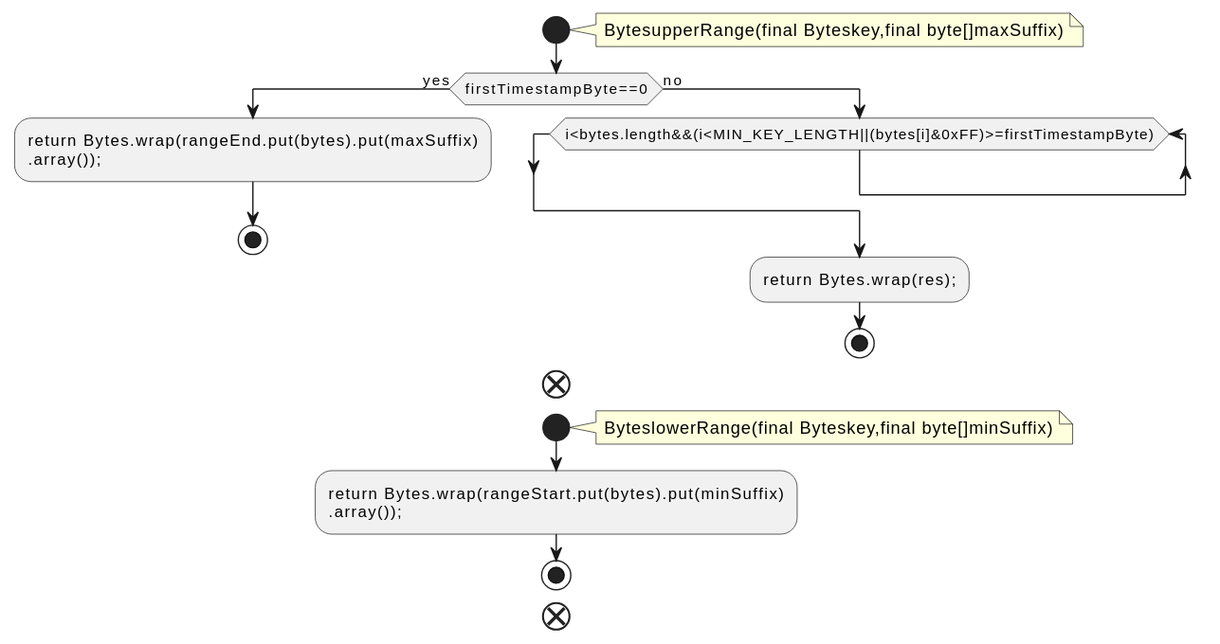
qualitesys/kafka keeps this PlantUML diagram as docs/qc/streams/src/main/java/org/apache/kafka/streams/state/internals/OrderedBytes.java.fct.svg. Above is the earlier version.
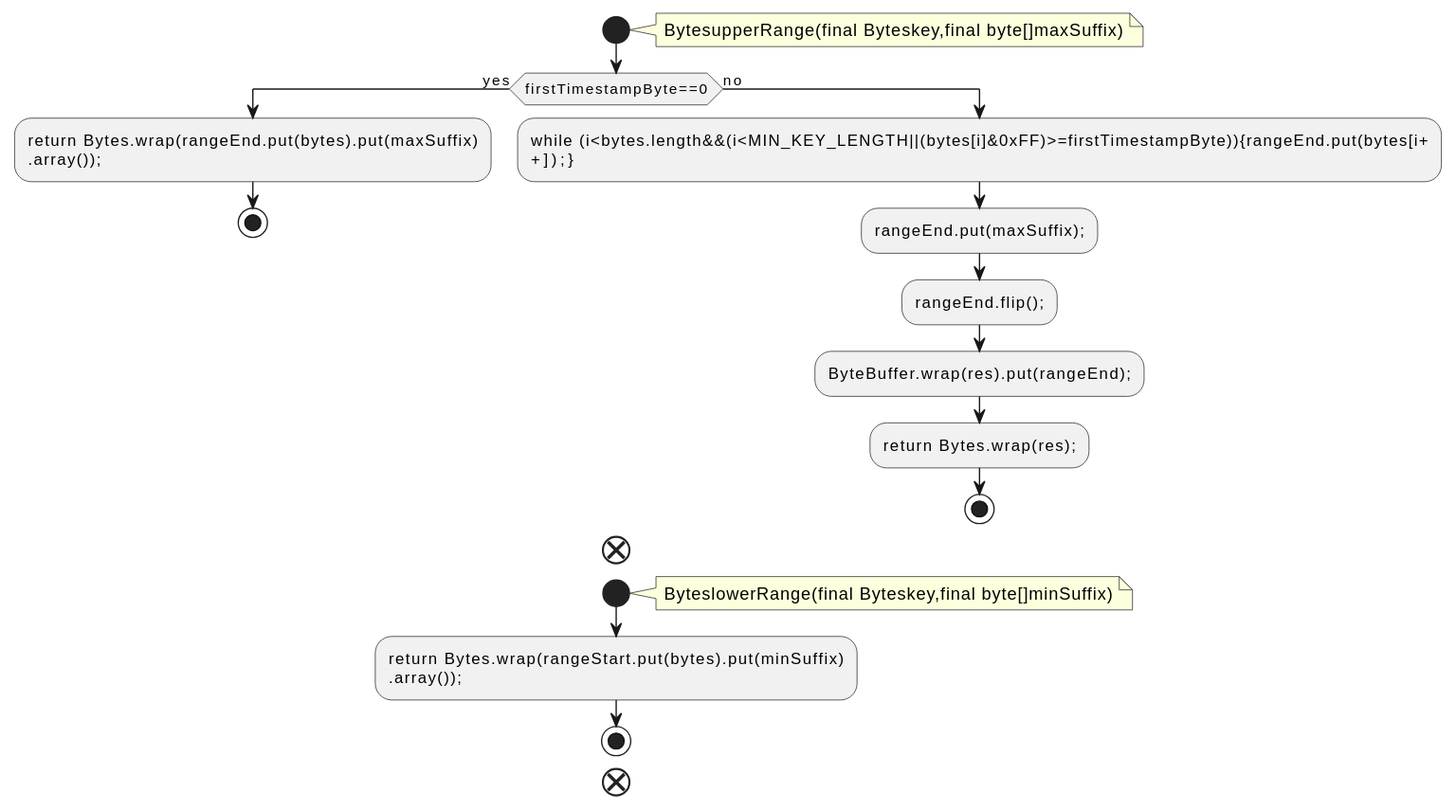
After the change.

What changed in the source:
```diff
@@ -9,8 +9,11 @@
 .array());;
 stop
 else (no)
-while (i<bytes.length&&(i<MIN_KEY_LENGTH||(bytes[i]&0xFF)>=firstTimestampByte))
-endwhile
+:while (i<bytes.length&&(i<MIN_KEY_LENGTH||(bytes[i]&0xFF)>=firstTimestampByte)){rangeEnd.put(bytes[i+
++]);};
+:rangeEnd.put(maxSuffix);;
+:rangeEnd.flip();;
+:ByteBuffer.wrap(res).put(rangeEnd);;
 :return Bytes.wrap(res);;
 stop
 endif
```
